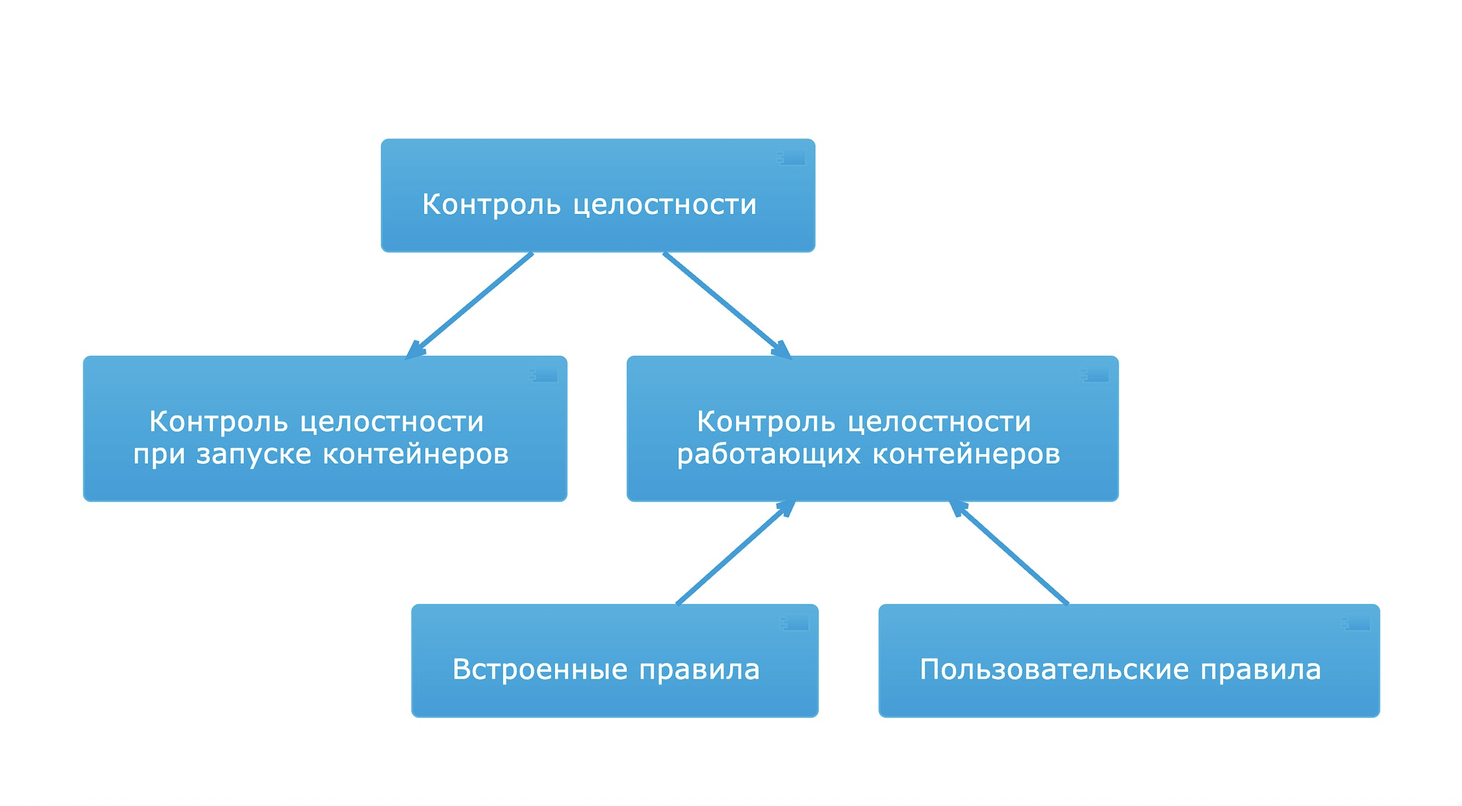
deckhouse/deckhouse keeps this PlantUML diagram as docs/documentation/images/architecture/security/integrity-control-user-applications.png. Above is the earlier version. Its source is kept beside it as docs/documentation/images/architecture/security/integrity-control-user-applications.puml.
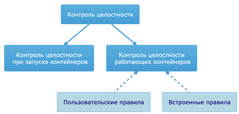
After the change.

Change to the diagram source:
```diff
@@ -5,9 +5,18 @@
 skinparam DefaultTextAlignment center
 skinparam backgroundColor transparent
 skinparam Shadowing false
+skinparam componentStyle rectangle
+
+component "<color:navy>Пользовательские правила</color>" as UR #LightBlue
+component "<color:navy>Встроенные правила</color>" as InR #LightBlue
+
+
 
 [Контроль целостности] --> [Контроль целостности\n при запуске контейнеров]
 [Контроль целостности] --> [Контроль целостности\n работающих контейнеров]
-[Контроль целостности\n работающих контейнеров] <-- [Встроенные правила]
-[Контроль целостности\n работающих контейнеров] <-- [Пользовательские правила]
+[Контроль целостности\n работающих контейнеров] <.. InR
+[Контроль целостности\n работающих контейнеров] <.. UR
+
+
+
 @enduml
```
